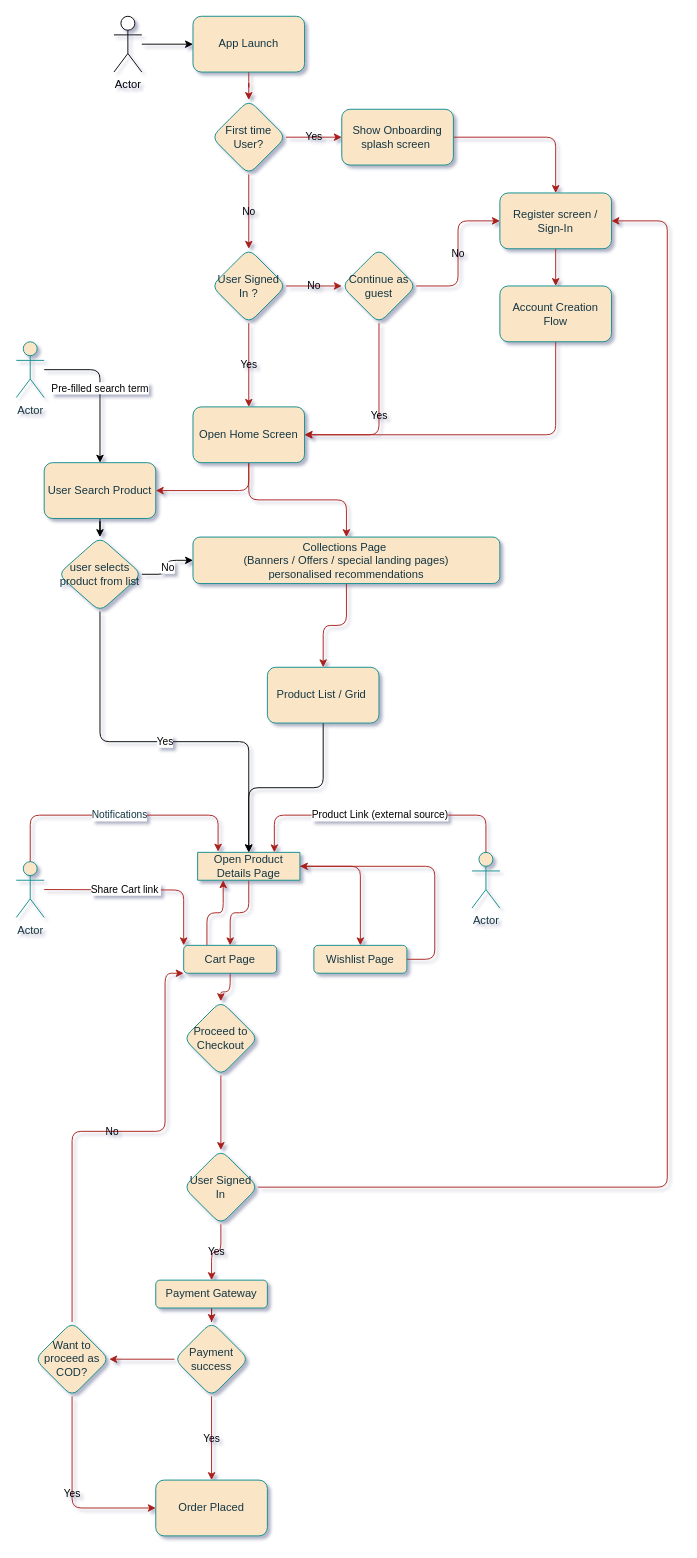
Above: page "Customer Experience Flow" (1 of 2) of Annachy Flow.drawio in keerthy911/Process (draw.io), before the change. Source tidied: cells renumbered, new cells numbered last; positions are measured from the earlier drawing's top-left corner, leaving out a move shared by most shapes. Both pictures are drawn from the tidied source at 93%, with x=0, y=0 at pixel (16, 16).
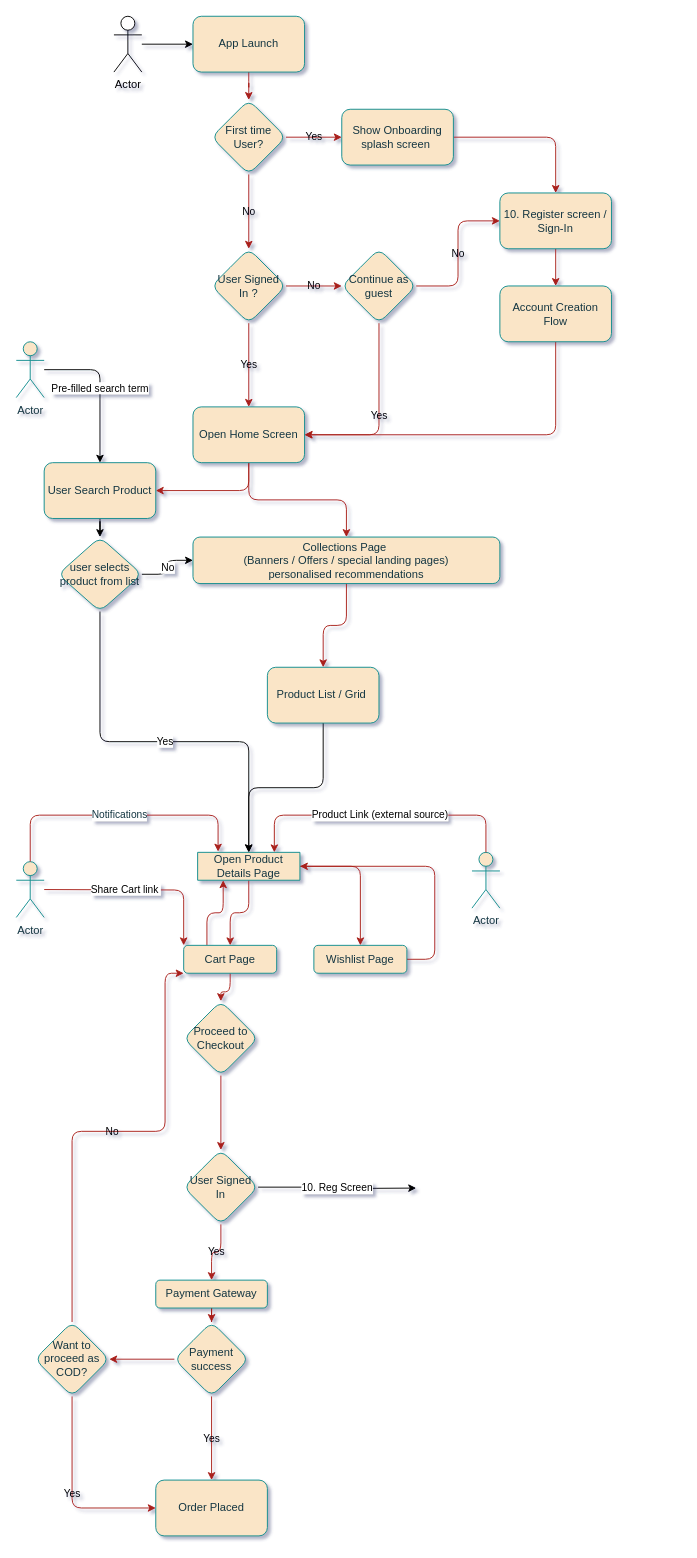
After the change.

The change refers to these unchanged cells:
```xml
<mxCell id="47" value="User Signed In" style="rhombus;whiteSpace=wrap;html=1;fontStyle=0;startSize=30;labelBackgroundColor=none;fillColor=#FAE5C7;strokeColor=#0F8B8D;fontColor=#143642;rounded=1;shadow=0;backgroundOutline=0;" parent="1" vertex="1">
  <mxGeometry x="180" y="1219" width="80" height="80" as="geometry" />
</mxCell>
```

The edit, as a diff of the source:
```diff
@@
-    <mxCell id="10" value="Register screen / Sign-In" style="whiteSpace=wrap;html=1;rounded=1;labelBackgroundColor=none;fillColor=#FAE5C7;strokeColor=#0F8B8D;fontColor=#143642;shadow=0;backgroundOutline=0;" parent="1" vertex="1">
+    <mxCell id="10" value="10. Register screen / Sign-In" style="whiteSpace=wrap;html=1;rounded=1;labelBackgroundColor=none;fillColor=#FAE5C7;strokeColor=#0F8B8D;fontColor=#143642;shadow=0;backgroundOutline=0;" parent="1" vertex="1">
       <mxGeometry x="520" y="190" width="120" height="60" as="geometry" />
     </mxCell>
@@
-    <mxCell id="46" style="edgeStyle=orthogonalEdgeStyle;rounded=1;jettySize=auto;html=1;entryX=1;entryY=0.5;entryDx=0;entryDy=0;labelBackgroundColor=none;strokeColor=#A8201A;fontColor=default;shadow=0;backgroundOutline=0;" parent="1" edge="1" source="47" target="10">
-      <mxGeometry relative="1" as="geometry">
-        <Array as="points">
-          <mxPoint x="700" y="1259" />
-          <mxPoint x="700" y="220" />
-        </Array>
-      </mxGeometry>
-    </mxCell>
+    <mxCell id="62" value="10. Reg Screen" style="edgeStyle=orthogonalEdgeStyle;rounded=0;jettySize=auto;html=1;" parent="1" edge="1" source="47">
+      <mxGeometry relative="1" as="geometry">
+        <mxPoint x="430" y="1260" as="targetPoint" />
+      </mxGeometry>
+    </mxCell>
```
